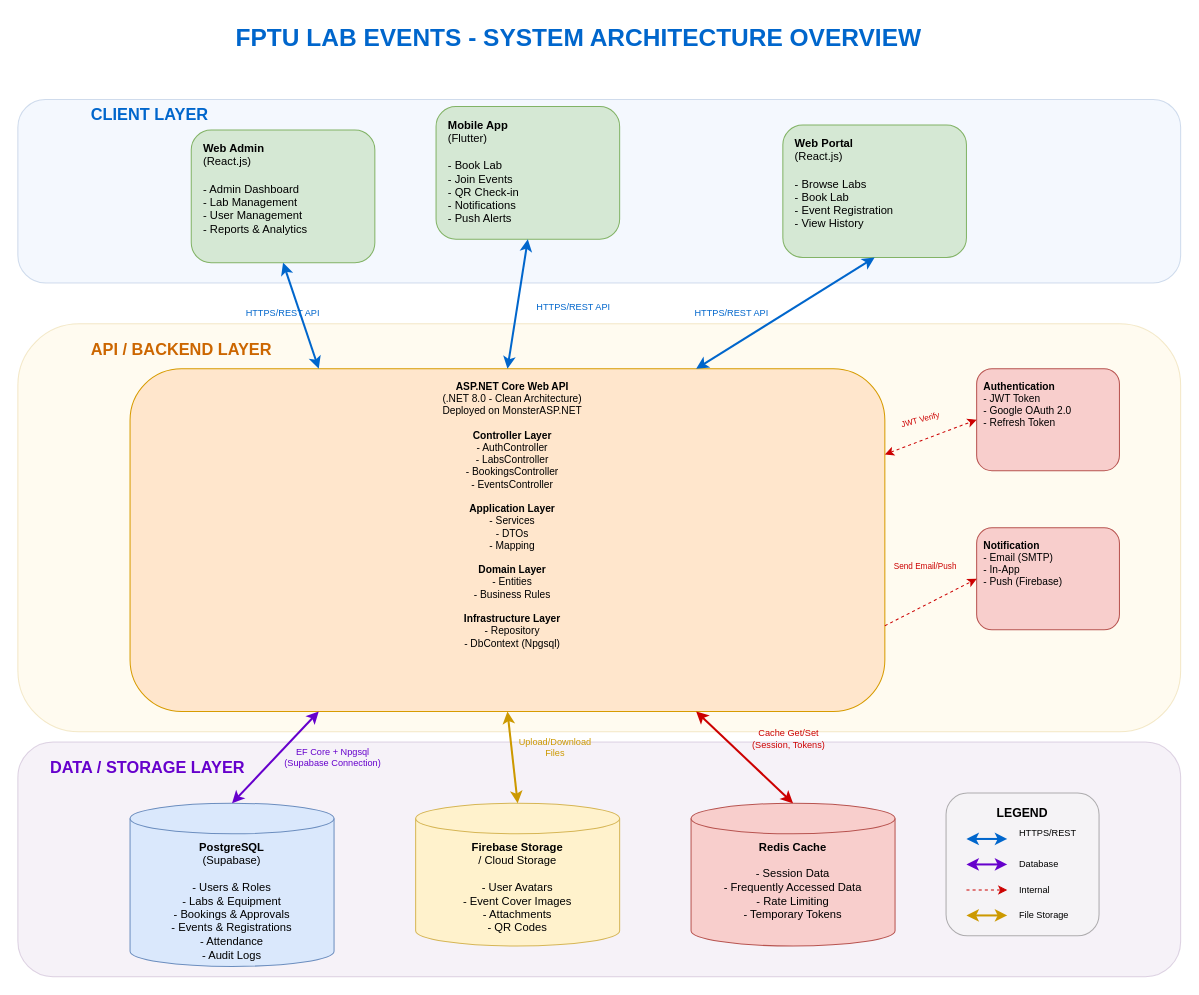
Before: Other/System_Architecture_Diagram.drawio in namnm309/SWD392-FPTU-Lab-Events, a draw.io diagram. Source tidied: cells renumbered, new cells numbered last; positions are measured from the earlier drawing's top-left corner, leaving out a move shared by most shapes. Both pictures are drawn from the tidied source at 102%, with x=0, y=0 at pixel (17, 17).
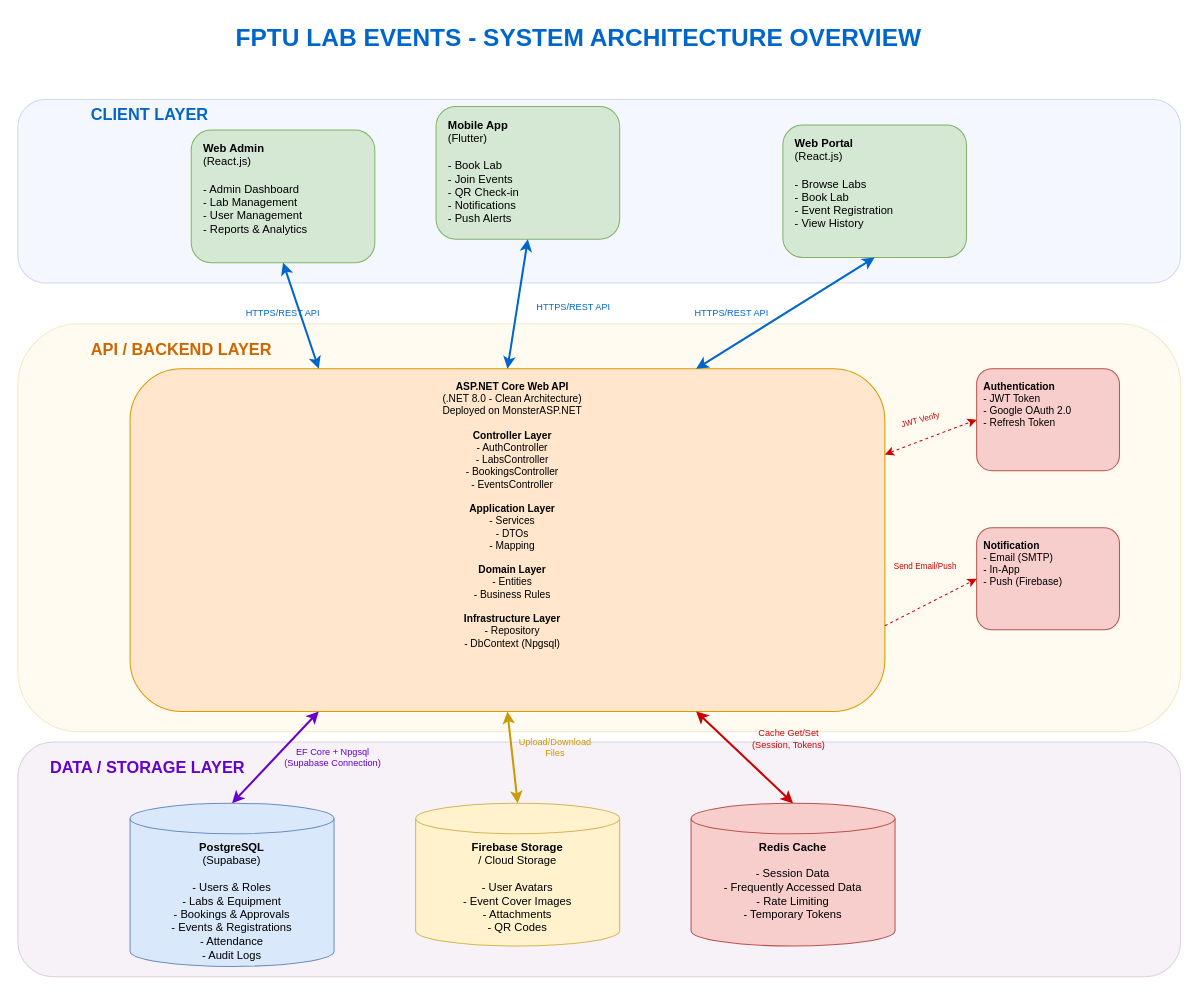
The same page after the edit.

The edit, as a diff of the source:
```diff
@@
-    <mxCell id="34" style="group;" parent="1" vertex="1">
-      <mxGeometry x="910" y="760" width="150" height="140" as="geometry" />
-    </mxCell>
-    <mxCell id="35" style="rounded=1;whiteSpace=wrap;html=1;fillColor=#f5f5f5;strokeColor=#666666;opacity=50;" parent="34" vertex="1">
-      <mxGeometry width="150" height="140" as="geometry" />
-    </mxCell>
-    <mxCell id="36" value="&lt;b&gt;LEGEND&lt;/b&gt;" style="text;html=1;strokeColor=none;fillColor=none;align=center;verticalAlign=middle;whiteSpace=wrap;rounded=0;fontSize=12;fontStyle=1;" parent="34" vertex="1">
-      <mxGeometry y="10" width="150" height="20" as="geometry" />
-    </mxCell>
-    <mxCell id="37" style="endArrow=classic;startArrow=classic;html=1;rounded=0;strokeWidth=2;strokeColor=#0066CC;" parent="34" edge="1">
-      <mxGeometry relative="1" as="geometry">
-        <mxPoint x="20" y="45" as="sourcePoint" />
-        <mxPoint x="60" y="45" as="targetPoint" />
-      </mxGeometry>
-    </mxCell>
-    <mxCell id="38" value="HTTPS/REST" style="text;html=1;strokeColor=none;fillColor=none;align=left;verticalAlign=middle;whiteSpace=wrap;rounded=0;fontSize=9;" parent="34" vertex="1">
-      <mxGeometry x="70" y="30" width="70" height="20" as="geometry" />
-    </mxCell>
-    <mxCell id="39" style="endArrow=classic;startArrow=classic;html=1;rounded=0;strokeWidth=2;strokeColor=#6600CC;" parent="34" edge="1">
-      <mxGeometry relative="1" as="geometry">
-        <mxPoint x="20" y="70" as="sourcePoint" />
-        <mxPoint x="60" y="70" as="targetPoint" />
-      </mxGeometry>
-    </mxCell>
-    <mxCell id="40" value="Database" style="text;html=1;strokeColor=none;fillColor=none;align=left;verticalAlign=middle;whiteSpace=wrap;rounded=0;fontSize=9;" parent="34" vertex="1">
-      <mxGeometry x="70" y="60" width="70" height="20" as="geometry" />
-    </mxCell>
-    <mxCell id="41" style="endArrow=classic;html=1;rounded=0;strokeWidth=1;strokeColor=#CC0000;dashed=1;" parent="34" edge="1">
-      <mxGeometry relative="1" as="geometry">
-        <mxPoint x="20" y="95" as="sourcePoint" />
-        <mxPoint x="60" y="95" as="targetPoint" />
-      </mxGeometry>
-    </mxCell>
-    <mxCell id="42" value="Internal" style="text;html=1;strokeColor=none;fillColor=none;align=left;verticalAlign=middle;whiteSpace=wrap;rounded=0;fontSize=9;" parent="34" vertex="1">
-      <mxGeometry x="70" y="85" width="70" height="20" as="geometry" />
-    </mxCell>
-    <mxCell id="43" style="endArrow=classic;startArrow=classic;html=1;rounded=0;strokeWidth=2;strokeColor=#CC9900;" parent="34" edge="1">
-      <mxGeometry relative="1" as="geometry">
-        <mxPoint x="20" y="120" as="sourcePoint" />
-        <mxPoint x="60" y="120" as="targetPoint" />
-      </mxGeometry>
-    </mxCell>
-    <mxCell id="44" value="File Storage" style="text;html=1;strokeColor=none;fillColor=none;align=left;verticalAlign=middle;whiteSpace=wrap;rounded=0;fontSize=9;" parent="34" vertex="1">
-      <mxGeometry x="70" y="110" width="70" height="20" as="geometry" />
-    </mxCell>
```
